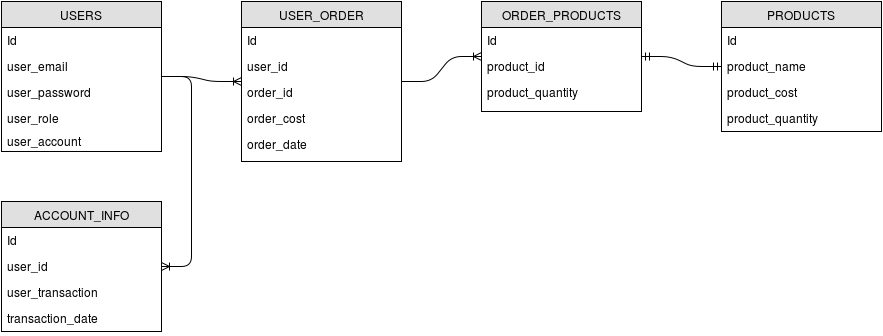
Above: coffee_machine_v2_db.png in AlexRuch/coffee_machine_v2 (draw.io), before the change. Source tidied: cells renumbered, new cells last; positions are measured from the earlier drawing's top-left corner, leaving out a move shared by most shapes. The source it was exported from:
```xml
<mxGraphModel background="#ffffff">
  <root>
    <mxCell id="0" />
    <mxCell id="1" parent="0" />
    <mxCell id="2" value="USERS" style="swimlane;html=1;fontStyle=0;horizontal=1;startSize=26;fillColor=#e0e0e0;swimlaneFillColor=#ffffff;align=center;strokeColor=#000000;" parent="1" vertex="1">
      <mxGeometry width="160" height="150" as="geometry" />
    </mxCell>
    <mxCell id="3" value="Id" style="text;html=1;strokeColor=none;fillColor=none;spacingLeft=4;spacingRight=4;whiteSpace=wrap;overflow=hidden;" parent="2" vertex="1">
      <mxGeometry y="26" width="160" height="26" as="geometry" />
    </mxCell>
    <mxCell id="4" value="user_email" style="text;html=1;strokeColor=none;fillColor=none;spacingLeft=4;spacingRight=4;whiteSpace=wrap;overflow=hidden;" parent="2" vertex="1">
      <mxGeometry y="52" width="160" height="26" as="geometry" />
    </mxCell>
    <mxCell id="5" value="user_password" style="text;html=1;strokeColor=none;fillColor=none;spacingLeft=4;spacingRight=4;whiteSpace=wrap;overflow=hidden;" parent="2" vertex="1">
      <mxGeometry y="78" width="160" height="26" as="geometry" />
    </mxCell>
    <mxCell id="6" value="user_role" style="text;html=1;strokeColor=none;fillColor=none;spacingLeft=4;spacingRight=4;whiteSpace=wrap;overflow=hidden;" parent="2" vertex="1">
      <mxGeometry y="104" width="160" height="26" as="geometry" />
    </mxCell>
    <mxCell id="7" value="ACCOUNT_INFO" style="swimlane;html=1;fontStyle=0;horizontal=1;startSize=26;fillColor=#e0e0e0;swimlaneFillColor=#ffffff;align=center;strokeColor=#000000;" parent="1" vertex="1">
      <mxGeometry y="200" width="160" height="130" as="geometry" />
    </mxCell>
    <mxCell id="8" value="Id" style="text;html=1;strokeColor=none;fillColor=none;spacingLeft=4;spacingRight=4;whiteSpace=wrap;overflow=hidden;" parent="7" vertex="1">
      <mxGeometry y="26" width="160" height="26" as="geometry" />
    </mxCell>
    <mxCell id="9" value="user_id" style="text;html=1;strokeColor=none;fillColor=none;spacingLeft=4;spacingRight=4;whiteSpace=wrap;overflow=hidden;" parent="7" vertex="1">
      <mxGeometry y="52" width="160" height="26" as="geometry" />
    </mxCell>
    <mxCell id="10" value="user_transaction" style="text;html=1;strokeColor=none;fillColor=none;spacingLeft=4;spacingRight=4;whiteSpace=wrap;overflow=hidden;" parent="7" vertex="1">
      <mxGeometry y="78" width="160" height="26" as="geometry" />
    </mxCell>
    <mxCell id="11" value="transaction_date" style="text;html=1;strokeColor=none;fillColor=none;spacingLeft=4;spacingRight=4;whiteSpace=wrap;overflow=hidden;" parent="7" vertex="1">
      <mxGeometry y="104" width="160" height="26" as="geometry" />
    </mxCell>
    <mxCell id="12" value="user_account" style="text;html=1;strokeColor=none;fillColor=none;spacingLeft=4;spacingRight=4;whiteSpace=wrap;overflow=hidden;" parent="1" vertex="1">
      <mxGeometry y="127" width="160" height="26" as="geometry" />
    </mxCell>
    <mxCell id="13" style="edgeStyle=entityRelationEdgeStyle;html=1;endArrow=ERoneToMany;" parent="1" edge="1" source="2" target="7">
      <mxGeometry relative="1" as="geometry" />
    </mxCell>
    <mxCell id="14" value="PRODUCTS" style="swimlane;html=1;fontStyle=0;horizontal=1;startSize=26;fillColor=#e0e0e0;swimlaneFillColor=#ffffff;align=center;strokeColor=#000000;" parent="1" vertex="1">
      <mxGeometry x="720" width="160" height="130" as="geometry" />
    </mxCell>
    <mxCell id="15" value="Id" style="text;html=1;strokeColor=none;fillColor=none;spacingLeft=4;spacingRight=4;whiteSpace=wrap;overflow=hidden;" parent="14" vertex="1">
      <mxGeometry y="26" width="160" height="26" as="geometry" />
    </mxCell>
    <mxCell id="16" value="product_name" style="text;html=1;strokeColor=none;fillColor=none;spacingLeft=4;spacingRight=4;whiteSpace=wrap;overflow=hidden;" parent="14" vertex="1">
      <mxGeometry y="52" width="160" height="26" as="geometry" />
    </mxCell>
    <mxCell id="17" value="product_cost&lt;br&gt;" style="text;html=1;strokeColor=none;fillColor=none;spacingLeft=4;spacingRight=4;whiteSpace=wrap;overflow=hidden;" parent="14" vertex="1">
      <mxGeometry y="78" width="160" height="26" as="geometry" />
    </mxCell>
    <mxCell id="18" value="product_quantity&lt;br&gt;" style="text;html=1;strokeColor=none;fillColor=none;spacingLeft=4;spacingRight=4;whiteSpace=wrap;overflow=hidden;" parent="14" vertex="1">
      <mxGeometry y="104" width="160" height="26" as="geometry" />
    </mxCell>
    <mxCell id="19" value="USER_ORDER" style="swimlane;html=1;fontStyle=0;horizontal=1;startSize=26;fillColor=#e0e0e0;swimlaneFillColor=#ffffff;align=center;strokeColor=#000000;" parent="1" vertex="1">
      <mxGeometry x="240" width="160" height="160" as="geometry" />
    </mxCell>
    <mxCell id="20" value="Id" style="text;html=1;strokeColor=none;fillColor=none;spacingLeft=4;spacingRight=4;whiteSpace=wrap;overflow=hidden;" parent="19" vertex="1">
      <mxGeometry y="26" width="160" height="26" as="geometry" />
    </mxCell>
    <mxCell id="21" value="user_id" style="text;html=1;strokeColor=none;fillColor=none;spacingLeft=4;spacingRight=4;whiteSpace=wrap;overflow=hidden;" parent="19" vertex="1">
      <mxGeometry y="52" width="160" height="26" as="geometry" />
    </mxCell>
    <mxCell id="22" value="order_id" style="text;html=1;strokeColor=none;fillColor=none;spacingLeft=4;spacingRight=4;whiteSpace=wrap;overflow=hidden;" parent="19" vertex="1">
      <mxGeometry y="78" width="160" height="26" as="geometry" />
    </mxCell>
    <mxCell id="23" value="order_cost" style="text;html=1;strokeColor=none;fillColor=none;spacingLeft=4;spacingRight=4;whiteSpace=wrap;overflow=hidden;" parent="19" vertex="1">
      <mxGeometry y="104" width="160" height="26" as="geometry" />
    </mxCell>
    <mxCell id="24" value="order_date" style="text;html=1;strokeColor=none;fillColor=none;spacingLeft=4;spacingRight=4;whiteSpace=wrap;overflow=hidden;" parent="19" vertex="1">
      <mxGeometry y="130" width="160" height="26" as="geometry" />
    </mxCell>
    <mxCell id="25" style="edgeStyle=entityRelationEdgeStyle;html=1;endArrow=ERoneToMany;" parent="1" edge="1" source="2" target="19">
      <mxGeometry relative="1" as="geometry" />
    </mxCell>
    <mxCell id="26" value="ORDER_PRODUCTS" style="swimlane;html=1;fontStyle=0;horizontal=1;startSize=26;fillColor=#e0e0e0;swimlaneFillColor=#ffffff;align=center;strokeColor=#000000;" parent="1" vertex="1">
      <mxGeometry x="480" width="160" height="110" as="geometry" />
    </mxCell>
    <mxCell id="27" value="Id" style="text;html=1;strokeColor=none;fillColor=none;spacingLeft=4;spacingRight=4;whiteSpace=wrap;overflow=hidden;" parent="26" vertex="1">
      <mxGeometry y="26" width="160" height="26" as="geometry" />
    </mxCell>
    <mxCell id="28" value="product_id" style="text;html=1;strokeColor=none;fillColor=none;spacingLeft=4;spacingRight=4;whiteSpace=wrap;overflow=hidden;" parent="26" vertex="1">
      <mxGeometry y="52" width="160" height="26" as="geometry" />
    </mxCell>
    <mxCell id="29" value="product_quantity" style="text;html=1;strokeColor=none;fillColor=none;spacingLeft=4;spacingRight=4;whiteSpace=wrap;overflow=hidden;" parent="26" vertex="1">
      <mxGeometry y="78" width="160" height="26" as="geometry" />
    </mxCell>
    <mxCell id="30" style="edgeStyle=entityRelationEdgeStyle;html=1;endArrow=ERoneToMany;" parent="1" edge="1" source="19" target="26">
      <mxGeometry relative="1" as="geometry" />
    </mxCell>
    <mxCell id="31" style="edgeStyle=entityRelationEdgeStyle;html=1;endArrow=ERmandOne;startArrow=ERmandOne;" parent="1" edge="1" source="26" target="14">
      <mxGeometry relative="1" as="geometry" />
    </mxCell>
  </root>
</mxGraphModel>
```
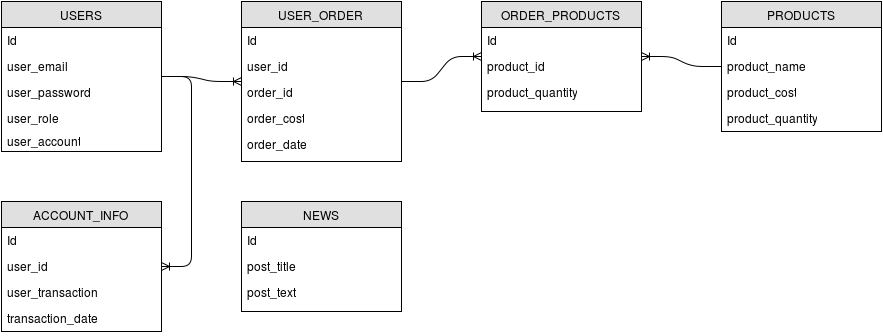
The same diagram one commit later.

Diff of the diagram source:
```diff
@@ -89,8 +89,20 @@
     <mxCell id="30" style="edgeStyle=entityRelationEdgeStyle;html=1;endArrow=ERoneToMany;" parent="1" edge="1" source="19" target="26">
       <mxGeometry relative="1" as="geometry" />
     </mxCell>
-    <mxCell id="31" style="edgeStyle=entityRelationEdgeStyle;html=1;endArrow=ERmandOne;startArrow=ERmandOne;" parent="1" edge="1" source="26" target="14">
+    <mxCell id="31" style="edgeStyle=entityRelationEdgeStyle;html=1;endArrow=ERoneToMany;" parent="1" edge="1" source="14" target="26">
       <mxGeometry relative="1" as="geometry" />
     </mxCell>
+    <mxCell id="32" value="NEWS" style="swimlane;html=1;fontStyle=0;horizontal=1;startSize=26;fillColor=#e0e0e0;swimlaneFillColor=#ffffff;align=center;strokeColor=#000000;" parent="1" vertex="1">
+      <mxGeometry x="240" y="200" width="160" height="110" as="geometry" />
+    </mxCell>
+    <mxCell id="33" value="Id" style="text;html=1;strokeColor=none;fillColor=none;spacingLeft=4;spacingRight=4;whiteSpace=wrap;overflow=hidden;" parent="32" vertex="1">
+      <mxGeometry y="26" width="160" height="26" as="geometry" />
+    </mxCell>
+    <mxCell id="34" value="post_title" style="text;html=1;strokeColor=none;fillColor=none;spacingLeft=4;spacingRight=4;whiteSpace=wrap;overflow=hidden;" parent="32" vertex="1">
+      <mxGeometry y="52" width="160" height="26" as="geometry" />
+    </mxCell>
+    <mxCell id="35" value="post_text" style="text;html=1;strokeColor=none;fillColor=none;spacingLeft=4;spacingRight=4;whiteSpace=wrap;overflow=hidden;" parent="32" vertex="1">
+      <mxGeometry y="78" width="160" height="26" as="geometry" />
+    </mxCell>
   </root>
 </mxGraphModel>
```
